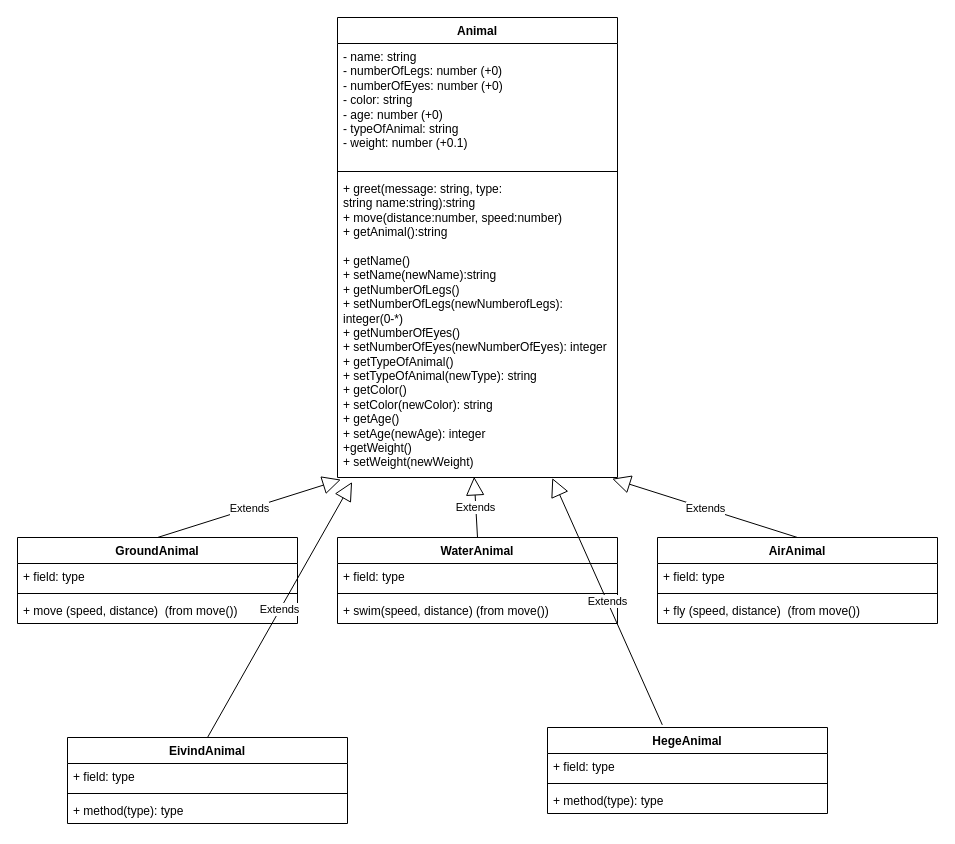
Above: Animals.drawio in MacroFlower/Bug-Company (draw.io), before the change. Source tidied: cells renumbered, new cells numbered last; positions are measured from the earlier drawing's top-left corner, leaving out a move shared by most shapes. Both pictures are drawn from the tidied source at 100%, with x=0, y=0 at pixel (17, 17).
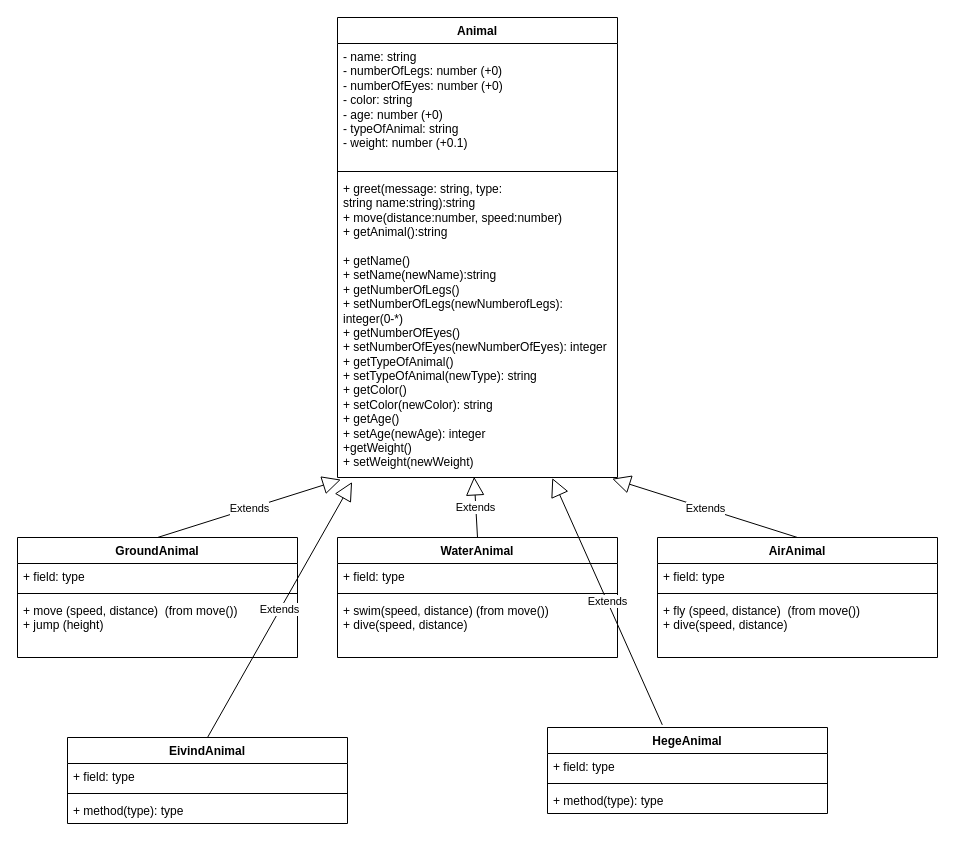
After the change.

What changed in the source:
```diff
@@
     <mxCell id="6" value="GroundAnimal" style="swimlane;fontStyle=1;align=center;verticalAlign=top;horizontal=1;startSize=26;whiteSpace=wrap;html=1;" parent="1" vertex="1">
-      <mxGeometry y="520" width="280" height="86" as="geometry" />
+      <mxGeometry y="520" width="280" height="120" as="geometry" />
     </mxCell>
@@
-    <mxCell id="9" value="+ move (speed, distance)&amp;nbsp;&amp;nbsp;(from move())" style="text;strokeColor=none;fillColor=none;align=left;verticalAlign=top;spacingLeft=4;spacingRight=4;overflow=hidden;whiteSpace=wrap;html=1;" parent="6" vertex="1">
-      <mxGeometry y="60" width="280" height="26" as="geometry" />
+    <mxCell id="9" value="+ move (speed, distance)&amp;nbsp;&amp;nbsp;(from move())&lt;div&gt;+ jump (height)&lt;/div&gt;" style="text;strokeColor=none;fillColor=none;align=left;verticalAlign=top;spacingLeft=4;spacingRight=4;overflow=hidden;whiteSpace=wrap;html=1;" parent="6" vertex="1">
+      <mxGeometry y="60" width="280" height="60" as="geometry" />
     </mxCell>
     <mxCell id="10" value="AirAnimal" style="swimlane;fontStyle=1;align=center;verticalAlign=top;horizontal=1;startSize=26;whiteSpace=wrap;html=1;" parent="1" vertex="1">
-      <mxGeometry x="640" y="520" width="280" height="86" as="geometry" />
+      <mxGeometry x="640" y="520" width="280" height="120" as="geometry" />
     </mxCell>
@@
-    <mxCell id="13" value="+ fly (speed, distance)&amp;nbsp;&amp;nbsp;(from move())" style="text;strokeColor=none;fillColor=none;align=left;verticalAlign=top;spacingLeft=4;spacingRight=4;overflow=hidden;whiteSpace=wrap;html=1;" parent="10" vertex="1">
-      <mxGeometry y="60" width="280" height="26" as="geometry" />
+    <mxCell id="13" value="+ fly (speed, distance)&amp;nbsp;&amp;nbsp;(from move())&lt;div&gt;+ dive(speed, distance)&lt;br&gt;&lt;/div&gt;" style="text;strokeColor=none;fillColor=none;align=left;verticalAlign=top;spacingLeft=4;spacingRight=4;overflow=hidden;whiteSpace=wrap;html=1;" parent="10" vertex="1">
+      <mxGeometry y="60" width="280" height="60" as="geometry" />
     </mxCell>
     <mxCell id="14" value="WaterAnimal" style="swimlane;fontStyle=1;align=center;verticalAlign=top;horizontal=1;startSize=26;whiteSpace=wrap;html=1;" parent="1" vertex="1">
-      <mxGeometry x="320" y="520" width="280" height="86" as="geometry" />
+      <mxGeometry x="320" y="520" width="280" height="120" as="geometry" />
     </mxCell>
@@
-    <mxCell id="17" value="+ swim(speed, distance) (from move())" style="text;strokeColor=none;fillColor=none;align=left;verticalAlign=top;spacingLeft=4;spacingRight=4;overflow=hidden;whiteSpace=wrap;html=1;" parent="14" vertex="1">
-      <mxGeometry y="60" width="280" height="26" as="geometry" />
+    <mxCell id="17" value="+ swim(speed, distance) (from move())&lt;div&gt;+ dive(speed, distance)&lt;/div&gt;" style="text;strokeColor=none;fillColor=none;align=left;verticalAlign=top;spacingLeft=4;spacingRight=4;overflow=hidden;whiteSpace=wrap;html=1;" parent="14" vertex="1">
+      <mxGeometry y="60" width="280" height="60" as="geometry" />
     </mxCell>
```
